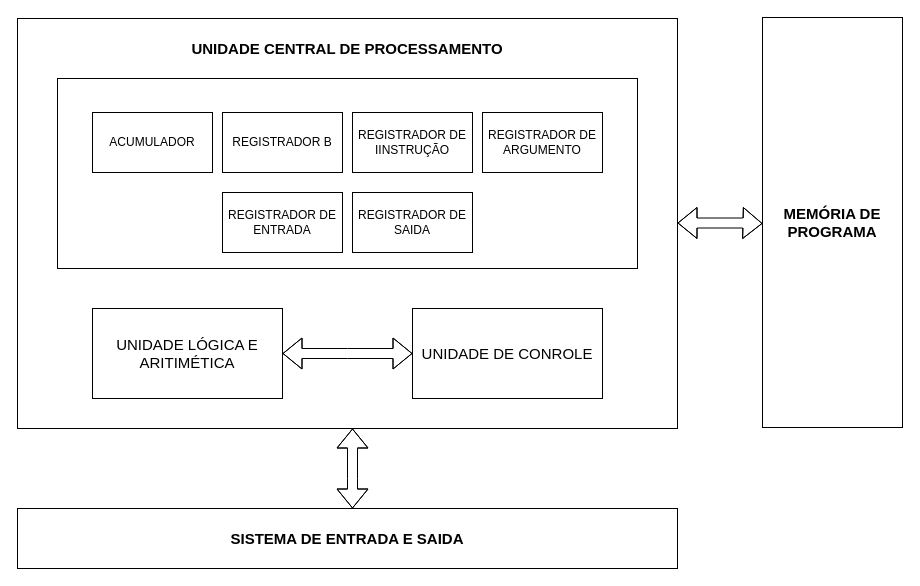
The draw.io diagram Solon-Tavares-Computer-1/arquitetura-hardware/ArquiteturaSTC1.drawio in Vinicius-Moraes20/computadores, before the edit. Source tidied: cells renumbered, new cells numbered last; positions are measured from the earlier drawing's top-left corner, leaving out a move shared by most shapes. Both pictures are drawn from the tidied source at 100%, with x=0, y=0 at pixel (17, 17).
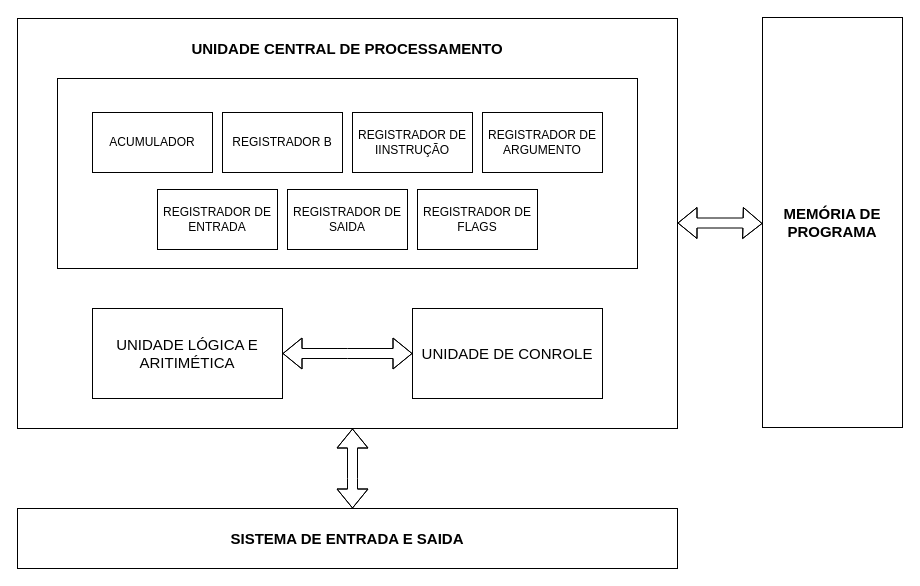
After the change.

The edit, as a diff of the source:
```diff
@@
     <mxCell id="9" value="REGISTRADOR DE ENTRADA" style="rounded=0;whiteSpace=wrap;html=1;fillColor=none;" parent="1" vertex="1">
-      <mxGeometry x="205" y="175" width="120" height="60" as="geometry" />
+      <mxGeometry x="140" y="172" width="120" height="60" as="geometry" />
     </mxCell>
     <mxCell id="10" value="REGISTRADOR DE SAIDA" style="rounded=0;whiteSpace=wrap;html=1;fillColor=none;" parent="1" vertex="1">
-      <mxGeometry x="335" y="175" width="120" height="60" as="geometry" />
+      <mxGeometry x="270" y="172" width="120" height="60" as="geometry" />
     </mxCell>
@@
+    <mxCell id="19" value="REGISTRADOR DE FLAGS" style="rounded=0;whiteSpace=wrap;html=1;fillColor=none;" parent="1" vertex="1">
+      <mxGeometry x="400" y="172" width="120" height="60" as="geometry" />
+    </mxCell>
```
